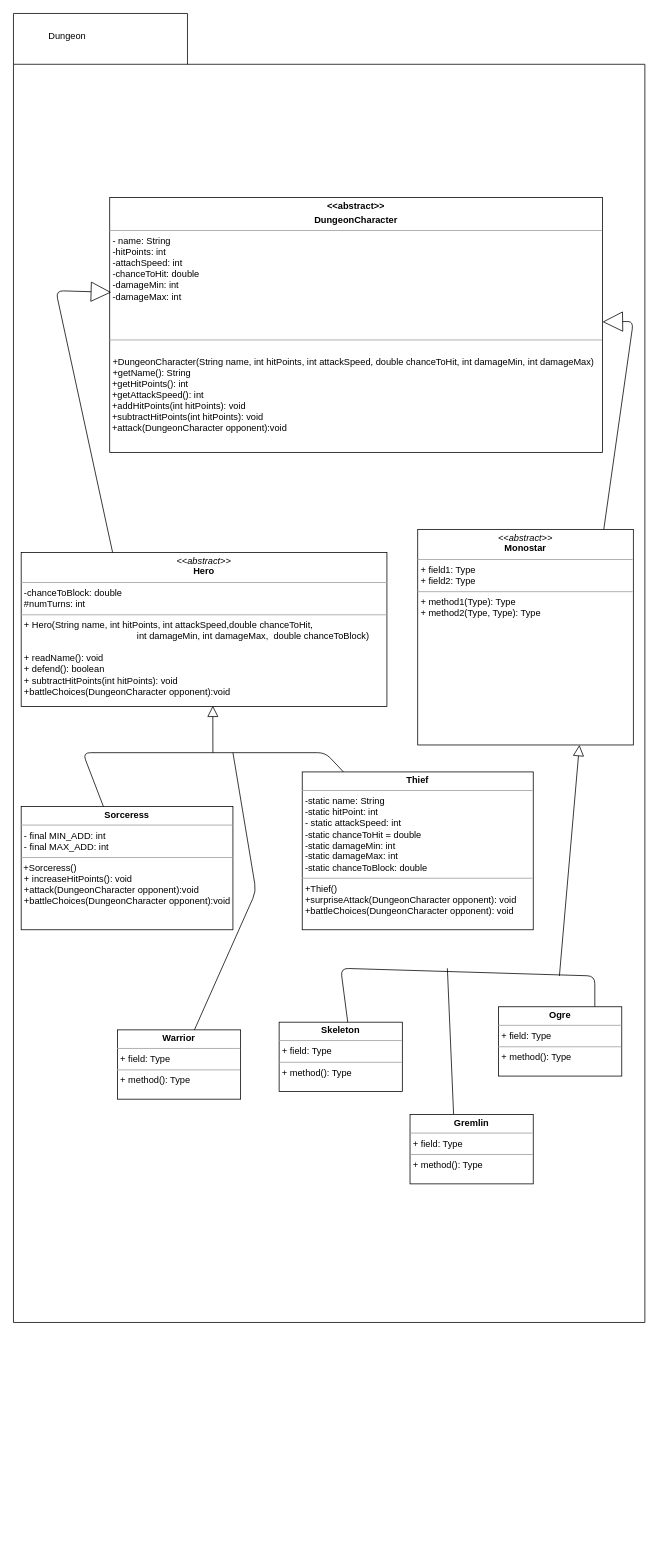
Before: dungeon.drawio in mdkashem/cscd349_refactoring-, a draw.io diagram. Source tidied: cells renumbered, new cells numbered last; positions are measured from the earlier drawing's top-left corner, leaving out a move shared by most shapes. Both pictures are drawn from the tidied source at 77%, with x=0, y=0 at pixel (13, 13).
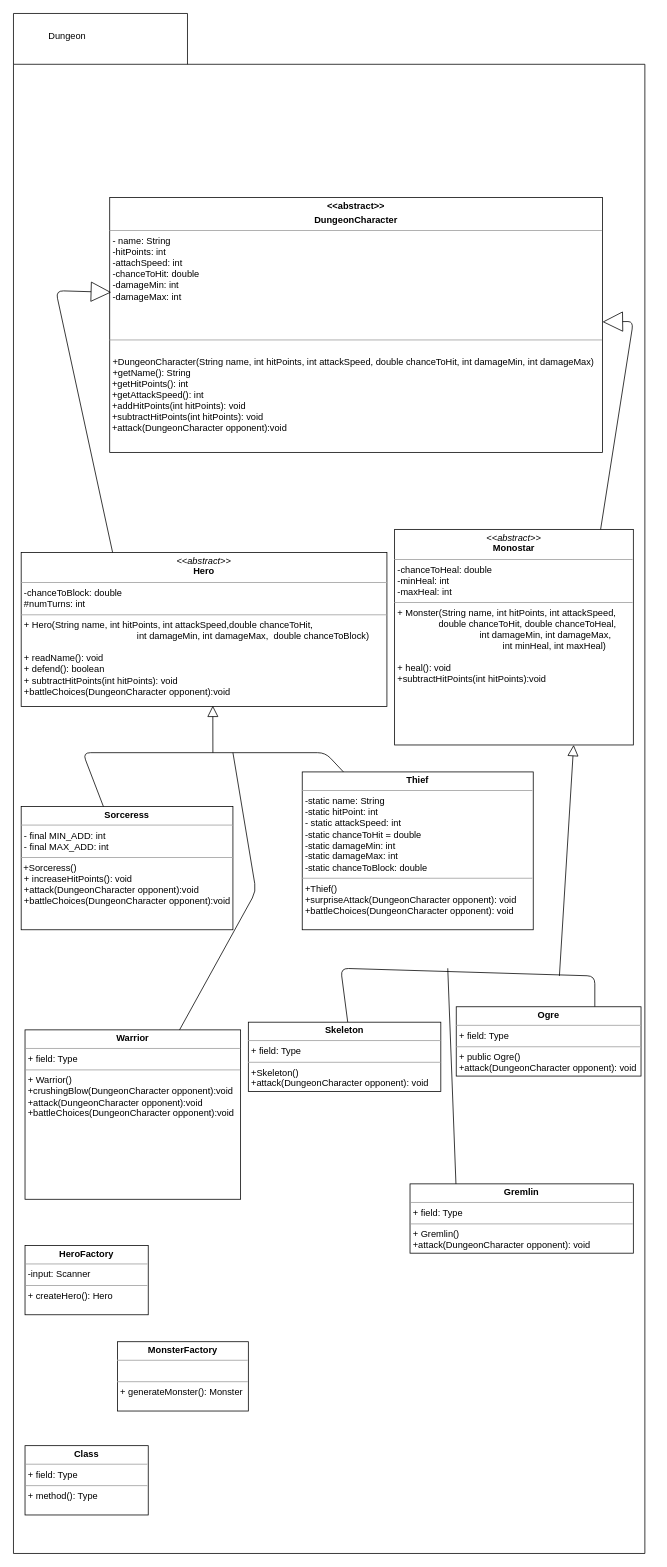
Above is the later version.

Diff of the diagram source:
```diff
@@
     <mxCell id="2" style="shape=folder;fontStyle=1;spacingTop=10;tabWidth=226;tabHeight=66;tabPosition=left;html=1;" parent="1" vertex="1">
-      <mxGeometry width="820" height="1700" as="geometry" />
+      <mxGeometry width="820" height="2000" as="geometry" />
     </mxCell>
@@
-    <mxCell id="6" value="&lt;p style=&quot;margin: 0px ; margin-top: 4px ; text-align: center&quot;&gt;&lt;i&gt;&amp;lt;&amp;lt;abstract&amp;gt;&amp;gt;&lt;/i&gt;&lt;br&gt;&lt;b&gt;Monostar&lt;/b&gt;&lt;/p&gt;&lt;hr size=&quot;1&quot;&gt;&lt;p style=&quot;margin: 0px ; margin-left: 4px&quot;&gt;+ field1: Type&lt;br&gt;+ field2: Type&lt;/p&gt;&lt;hr size=&quot;1&quot;&gt;&lt;p style=&quot;margin: 0px ; margin-left: 4px&quot;&gt;+ method1(Type): Type&lt;br&gt;+ method2(Type, Type): Type&lt;/p&gt;" style="verticalAlign=top;align=left;overflow=fill;fontSize=12;fontFamily=Helvetica;html=1;" parent="1" vertex="1">
-      <mxGeometry x="525" y="670" width="280" height="280" as="geometry" />
+    <mxCell id="6" value="&lt;p style=&quot;margin: 0px ; margin-top: 4px ; text-align: center&quot;&gt;&lt;i&gt;&amp;lt;&amp;lt;abstract&amp;gt;&amp;gt;&lt;/i&gt;&lt;br&gt;&lt;b&gt;Monostar&lt;/b&gt;&lt;/p&gt;&lt;hr size=&quot;1&quot;&gt;&lt;p style=&quot;margin: 0px ; margin-left: 4px&quot;&gt;-chanceToHeal: double&lt;br&gt;-minHeal: int&lt;/p&gt;&lt;p style=&quot;margin: 0px ; margin-left: 4px&quot;&gt;-maxHeal: int&lt;/p&gt;&lt;hr size=&quot;1&quot;&gt;&lt;p style=&quot;margin: 0px ; margin-left: 4px&quot;&gt;+&amp;nbsp;&lt;span&gt;Monster(String name, int hitPoints, int attackSpeed,&lt;/span&gt;&lt;/p&gt;&lt;p style=&quot;margin: 0px ; margin-left: 4px&quot;&gt;&lt;span style=&quot;white-space: pre&quot;&gt;&#9;&#9;&lt;/span&gt;double chanceToHit, double chanceToHeal,&lt;/p&gt;&lt;p style=&quot;margin: 0px ; margin-left: 4px&quot;&gt;&lt;span style=&quot;white-space: pre&quot;&gt;&#9;&#9;&#9;&#9;&lt;/span&gt;int damageMin, int damageMax,&lt;/p&gt;&lt;p style=&quot;margin: 0px ; margin-left: 4px&quot;&gt;&lt;span style=&quot;white-space: pre&quot;&gt;&#9;&#9;&#9;&#9;&#9;&lt;/span&gt; int minHeal, int maxHeal)&lt;/p&gt;&lt;p style=&quot;margin: 0px ; margin-left: 4px&quot;&gt;&lt;br&gt;&lt;/p&gt;&lt;p style=&quot;margin: 0px ; margin-left: 4px&quot;&gt;+ heal(): void&lt;/p&gt;&lt;p style=&quot;margin: 0px ; margin-left: 4px&quot;&gt;+subtractHitPoints(int hitPoints):void&lt;/p&gt;" style="verticalAlign=top;align=left;overflow=fill;fontSize=12;fontFamily=Helvetica;html=1;" parent="1" vertex="1">
+      <mxGeometry x="495" y="670" width="310" height="280" as="geometry" />
     </mxCell>
@@
-    <mxCell id="10" value="&lt;p style=&quot;margin: 0px ; margin-top: 4px ; text-align: center&quot;&gt;&lt;b&gt;Warrior&lt;/b&gt;&lt;br&gt;&lt;/p&gt;&lt;hr size=&quot;1&quot;&gt;&lt;p style=&quot;margin: 0px ; margin-left: 4px&quot;&gt;+ field: Type&lt;/p&gt;&lt;hr size=&quot;1&quot;&gt;&lt;p style=&quot;margin: 0px ; margin-left: 4px&quot;&gt;+ method(): Type&lt;/p&gt;" style="verticalAlign=top;align=left;overflow=fill;fontSize=12;fontFamily=Helvetica;html=1;" parent="1" vertex="1">
-      <mxGeometry x="135" y="1320" width="160" height="90" as="geometry" />
+    <mxCell id="10" value="&lt;p style=&quot;margin: 0px ; margin-top: 4px ; text-align: center&quot;&gt;&lt;b&gt;Warrior&lt;/b&gt;&lt;br&gt;&lt;/p&gt;&lt;hr size=&quot;1&quot;&gt;&lt;p style=&quot;margin: 0px ; margin-left: 4px&quot;&gt;+ field: Type&lt;/p&gt;&lt;hr size=&quot;1&quot;&gt;&lt;p style=&quot;margin: 0px ; margin-left: 4px&quot;&gt;+ Warrior()&lt;/p&gt;&lt;p style=&quot;margin: 0px ; margin-left: 4px&quot;&gt;+crushingBlow(DungeonCharacter opponent):void&lt;/p&gt;&lt;p style=&quot;margin: 0px ; margin-left: 4px&quot;&gt;+attack(DungeonCharacter opponent):void&lt;/p&gt;&lt;p style=&quot;margin: 0px ; margin-left: 4px&quot;&gt;+battleChoices(DungeonCharacter opponent):void&lt;/p&gt;&lt;p style=&quot;margin: 0px ; margin-left: 4px&quot;&gt;&lt;br&gt;&lt;/p&gt;&lt;p style=&quot;margin: 0px ; margin-left: 4px&quot;&gt;&lt;br&gt;&lt;/p&gt;" style="verticalAlign=top;align=left;overflow=fill;fontSize=12;fontFamily=Helvetica;html=1;" parent="1" vertex="1">
+      <mxGeometry x="15" y="1320" width="280" height="220" as="geometry" />
     </mxCell>
@@
-    <mxCell id="17" value="&lt;p style=&quot;margin: 0px ; margin-top: 4px ; text-align: center&quot;&gt;&lt;b&gt;Skeleton&lt;/b&gt;&lt;br&gt;&lt;/p&gt;&lt;hr size=&quot;1&quot;&gt;&lt;p style=&quot;margin: 0px ; margin-left: 4px&quot;&gt;+ field: Type&lt;/p&gt;&lt;hr size=&quot;1&quot;&gt;&lt;p style=&quot;margin: 0px ; margin-left: 4px&quot;&gt;+ method(): Type&lt;/p&gt;" style="verticalAlign=top;align=left;overflow=fill;fontSize=12;fontFamily=Helvetica;html=1;" parent="1" vertex="1">
-      <mxGeometry x="345" y="1310" width="160" height="90" as="geometry" />
+    <mxCell id="17" value="&lt;p style=&quot;margin: 0px ; margin-top: 4px ; text-align: center&quot;&gt;&lt;b&gt;Skeleton&lt;/b&gt;&lt;br&gt;&lt;/p&gt;&lt;hr size=&quot;1&quot;&gt;&lt;p style=&quot;margin: 0px ; margin-left: 4px&quot;&gt;+ field: Type&lt;/p&gt;&lt;hr size=&quot;1&quot;&gt;&lt;p style=&quot;margin: 0px ; margin-left: 4px&quot;&gt;+Skeleton()&lt;/p&gt;&lt;p style=&quot;margin: 0px ; margin-left: 4px&quot;&gt;+attack(DungeonCharacter opponent): void&lt;/p&gt;&lt;p style=&quot;margin: 0px ; margin-left: 4px&quot;&gt;&lt;br&gt;&lt;/p&gt;&lt;p style=&quot;margin: 0px ; margin-left: 4px&quot;&gt;&lt;br&gt;&lt;/p&gt;" style="verticalAlign=top;align=left;overflow=fill;fontSize=12;fontFamily=Helvetica;html=1;" parent="1" vertex="1">
+      <mxGeometry x="305" y="1310" width="250" height="90" as="geometry" />
     </mxCell>
-    <mxCell id="18" value="&lt;p style=&quot;margin: 0px ; margin-top: 4px ; text-align: center&quot;&gt;&lt;b&gt;Ogre&lt;/b&gt;&lt;br&gt;&lt;/p&gt;&lt;hr size=&quot;1&quot;&gt;&lt;p style=&quot;margin: 0px ; margin-left: 4px&quot;&gt;+ field: Type&lt;/p&gt;&lt;hr size=&quot;1&quot;&gt;&lt;p style=&quot;margin: 0px ; margin-left: 4px&quot;&gt;+ method(): Type&lt;/p&gt;" style="verticalAlign=top;align=left;overflow=fill;fontSize=12;fontFamily=Helvetica;html=1;" parent="1" vertex="1">
-      <mxGeometry x="630" y="1290" width="160" height="90" as="geometry" />
+    <mxCell id="18" value="&lt;p style=&quot;margin: 0px ; margin-top: 4px ; text-align: center&quot;&gt;&lt;b&gt;Ogre&lt;/b&gt;&lt;br&gt;&lt;/p&gt;&lt;hr size=&quot;1&quot;&gt;&lt;p style=&quot;margin: 0px ; margin-left: 4px&quot;&gt;+ field: Type&lt;/p&gt;&lt;hr size=&quot;1&quot;&gt;&lt;p style=&quot;margin: 0px ; margin-left: 4px&quot;&gt;+&amp;nbsp;public Ogre()&lt;/p&gt;&lt;p style=&quot;margin: 0px ; margin-left: 4px&quot;&gt;+attack(DungeonCharacter opponent): void&lt;/p&gt;&lt;p style=&quot;margin: 0px ; margin-left: 4px&quot;&gt;&lt;br&gt;&lt;/p&gt;" style="verticalAlign=top;align=left;overflow=fill;fontSize=12;fontFamily=Helvetica;html=1;" parent="1" vertex="1">
+      <mxGeometry x="575" y="1290" width="240" height="90" as="geometry" />
     </mxCell>
-    <mxCell id="19" style="endArrow=none;endSize=12;html=1;endFill=0;" parent="1" edge="1">
+    <mxCell id="19" style="endArrow=none;endSize=12;html=1;endFill=0;exitX=0.207;exitY=0.111;exitDx=0;exitDy=0;exitPerimeter=0;" parent="1" edge="1" source="20">
       <mxGeometry relative="1" as="geometry">
-        <mxPoint x="571.6" y="1430" as="sourcePoint" />
-        <mxPoint x="563.5" y="1240" as="targetPoint" />
+        <mxPoint x="564" y="1240" as="targetPoint" />
       </mxGeometry>
     </mxCell>
-    <mxCell id="20" value="&lt;p style=&quot;margin: 0px ; margin-top: 4px ; text-align: center&quot;&gt;&lt;b&gt;Gremlin&lt;/b&gt;&lt;br&gt;&lt;/p&gt;&lt;hr size=&quot;1&quot;&gt;&lt;p style=&quot;margin: 0px ; margin-left: 4px&quot;&gt;+ field: Type&lt;/p&gt;&lt;hr size=&quot;1&quot;&gt;&lt;p style=&quot;margin: 0px ; margin-left: 4px&quot;&gt;+ method(): Type&lt;/p&gt;" style="verticalAlign=top;align=left;overflow=fill;fontSize=12;fontFamily=Helvetica;html=1;" parent="1" vertex="1">
-      <mxGeometry x="515" y="1430" width="160" height="90" as="geometry" />
+    <mxCell id="20" value="&lt;p style=&quot;margin: 0px ; margin-top: 4px ; text-align: center&quot;&gt;&lt;b&gt;Gremlin&lt;/b&gt;&lt;br&gt;&lt;/p&gt;&lt;hr size=&quot;1&quot;&gt;&lt;p style=&quot;margin: 0px ; margin-left: 4px&quot;&gt;+ field: Type&lt;/p&gt;&lt;hr size=&quot;1&quot;&gt;&lt;p style=&quot;margin: 0px ; margin-left: 4px&quot;&gt;+ Gremlin()&lt;/p&gt;&lt;p style=&quot;margin: 0px ; margin-left: 4px&quot;&gt;+attack(DungeonCharacter opponent): void&lt;/p&gt;&lt;p style=&quot;margin: 0px ; margin-left: 4px&quot;&gt;&lt;br&gt;&lt;/p&gt;" style="verticalAlign=top;align=left;overflow=fill;fontSize=12;fontFamily=Helvetica;html=1;" parent="1" vertex="1">
+      <mxGeometry x="515" y="1520" width="290" height="90" as="geometry" />
     </mxCell>
+    <mxCell id="21" value="&lt;p style=&quot;margin: 0px ; margin-top: 4px ; text-align: center&quot;&gt;&lt;b&gt;HeroFactory&lt;/b&gt;&lt;/p&gt;&lt;hr size=&quot;1&quot;&gt;&lt;p style=&quot;margin: 0px ; margin-left: 4px&quot;&gt;-input: Scanner&lt;/p&gt;&lt;hr size=&quot;1&quot;&gt;&lt;p style=&quot;margin: 0px ; margin-left: 4px&quot;&gt;+ createHero(): Hero&lt;/p&gt;" style="verticalAlign=top;align=left;overflow=fill;fontSize=12;fontFamily=Helvetica;html=1;" parent="1" vertex="1">
+      <mxGeometry x="15" y="1600" width="160" height="90" as="geometry" />
+    </mxCell>
+    <mxCell id="22" value="&lt;p style=&quot;margin: 0px ; margin-top: 4px ; text-align: center&quot;&gt;&lt;b&gt;MonsterFactory&lt;/b&gt;&lt;/p&gt;&lt;hr size=&quot;1&quot;&gt;&lt;p style=&quot;margin: 0px ; margin-left: 4px&quot;&gt;&lt;br&gt;&lt;/p&gt;&lt;hr size=&quot;1&quot;&gt;&lt;p style=&quot;margin: 0px ; margin-left: 4px&quot;&gt;+ generateMonster(): Monster&lt;/p&gt;" style="verticalAlign=top;align=left;overflow=fill;fontSize=12;fontFamily=Helvetica;html=1;" parent="1" vertex="1">
+      <mxGeometry x="135" y="1725" width="170" height="90" as="geometry" />
+    </mxCell>
+    <mxCell id="23" value="&lt;p style=&quot;margin:0px;margin-top:4px;text-align:center;&quot;&gt;&lt;b&gt;Class&lt;/b&gt;&lt;/p&gt;&lt;hr size=&quot;1&quot;/&gt;&lt;p style=&quot;margin:0px;margin-left:4px;&quot;&gt;+ field: Type&lt;/p&gt;&lt;hr size=&quot;1&quot;/&gt;&lt;p style=&quot;margin:0px;margin-left:4px;&quot;&gt;+ method(): Type&lt;/p&gt;" style="verticalAlign=top;align=left;overflow=fill;fontSize=12;fontFamily=Helvetica;html=1;" parent="1" vertex="1">
+      <mxGeometry x="15" y="1860" width="160" height="90" as="geometry" />
+    </mxCell>
```
